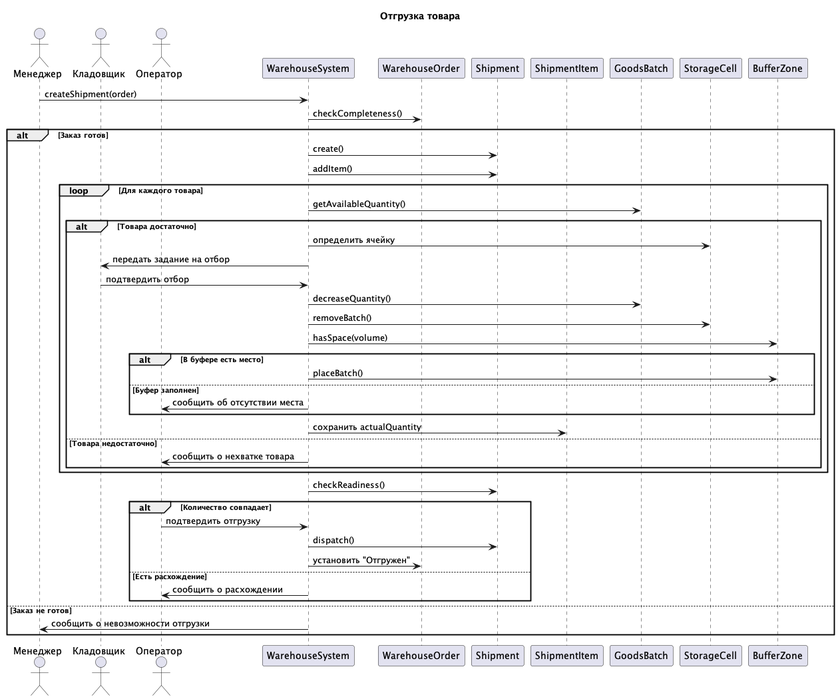
Above: img/Посл5.png in penamarth/bsbo-11-24_team1_var6_storage (PlantUML), before the change.
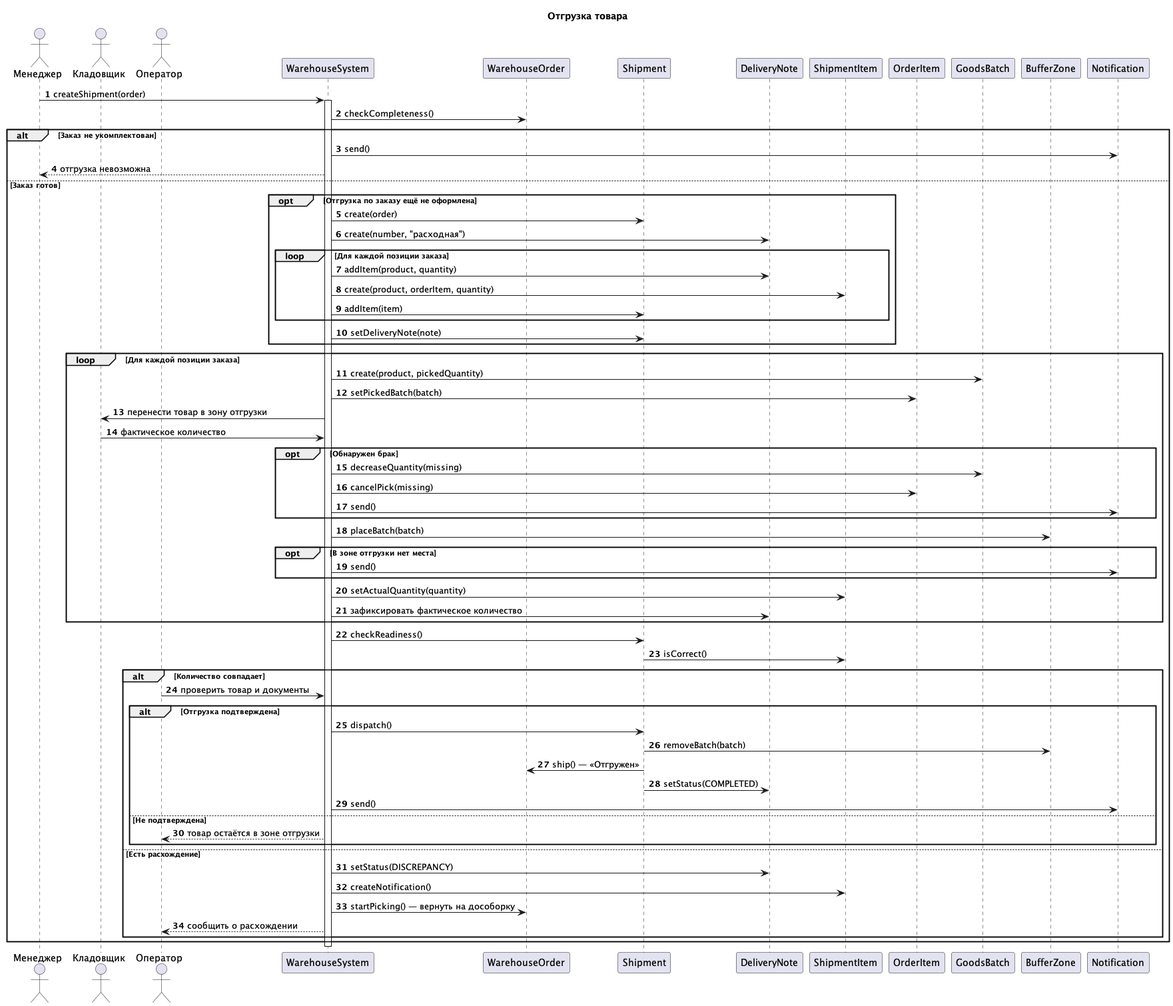
Later version of the same file.

Diff of the diagram source:
```diff
@@ -1,5 +1,7 @@
 @startuml
 title Отгрузка товара
+
+autonumber
 
 actor Менеджер
 actor Кладовщик
@@ -8,58 +10,79 @@
 participant WarehouseSystem
 participant WarehouseOrder
 participant Shipment
+participant DeliveryNote
 participant ShipmentItem
+participant OrderItem
 participant GoodsBatch
-participant StorageCell
 participant BufferZone
+participant Notification
 
 Менеджер -> WarehouseSystem: createShipment(order)
+activate WarehouseSystem
 
 WarehouseSystem -> WarehouseOrder: checkCompleteness()
 
-alt Заказ готов
-    WarehouseSystem -> Shipment: create()
-    WarehouseSystem -> Shipment: addItem()
+alt Заказ не укомплектован
+    WarehouseSystem -> Notification: send()
+    WarehouseSystem --> Менеджер: отгрузка невозможна
 
-    loop Для каждого товара
-        WarehouseSystem -> GoodsBatch: getAvailableQuantity()
+else Заказ готов
+    opt Отгрузка по заказу ещё не оформлена
+        WarehouseSystem -> Shipment: create(order)
+        WarehouseSystem -> DeliveryNote: create(number, "расходная")
+        loop Для каждой позиции заказа
+            WarehouseSystem -> DeliveryNote: addItem(product, quantity)
+            WarehouseSystem -> ShipmentItem: create(product, orderItem, quantity)
+            WarehouseSystem -> Shipment: addItem(item)
+        end
+        WarehouseSystem -> Shipment: setDeliveryNote(note)
+    end
 
-        alt Товара достаточно
-            WarehouseSystem -> StorageCell: определить ячейку
-            WarehouseSystem -> Кладовщик: передать задание на отбор
+    loop Для каждой позиции заказа
+        WarehouseSystem -> GoodsBatch: create(product, pickedQuantity)
+        WarehouseSystem -> OrderItem: setPickedBatch(batch)
+        WarehouseSystem -> Кладовщик: перенести товар в зону отгрузки
+        Кладовщик -> WarehouseSystem: фактическое количество
 
-            Кладовщик -> WarehouseSystem: подтвердить отбор
+        opt Обнаружен брак
+            WarehouseSystem -> GoodsBatch: decreaseQuantity(missing)
+            WarehouseSystem -> OrderItem: cancelPick(missing)
+            WarehouseSystem -> Notification: send()
+        end
 
-            WarehouseSystem -> GoodsBatch: decreaseQuantity()
-            WarehouseSystem -> StorageCell: removeBatch()
+        WarehouseSystem -> BufferZone: placeBatch(batch)
+        opt В зоне отгрузки нет места
+            WarehouseSystem -> Notification: send()
+        end
 
-            WarehouseSystem -> BufferZone: hasSpace(volume)
-
-            alt В буфере есть место
-                WarehouseSystem -> BufferZone: placeBatch()
-            else Буфер заполнен
-                WarehouseSystem -> Оператор: сообщить об отсутствии места
-            end
-
-            WarehouseSystem -> ShipmentItem: сохранить actualQuantity
-
-        else Товара недостаточно
-            WarehouseSystem -> Оператор: сообщить о нехватке товара
-        end
+        WarehouseSystem -> ShipmentItem: setActualQuantity(quantity)
+        WarehouseSystem -> DeliveryNote: зафиксировать фактическое количество
     end
 
     WarehouseSystem -> Shipment: checkReadiness()
+    Shipment -> ShipmentItem: isCorrect()
 
     alt Количество совпадает
-        Оператор -> WarehouseSystem: подтвердить отгрузку
-        WarehouseSystem -> Shipment: dispatch()
-        WarehouseSystem -> WarehouseOrder: установить "Отгружен"
+        Оператор -> WarehouseSystem: проверить товар и документы
+
+        alt Отгрузка подтверждена
+            WarehouseSystem -> Shipment: dispatch()
+            Shipment -> BufferZone: removeBatch(batch)
+            Shipment -> WarehouseOrder: ship() — «Отгружен»
+            Shipment -> DeliveryNote: setStatus(COMPLETED)
+            WarehouseSystem -> Notification: send()
+        else Не подтверждена
+            WarehouseSystem --> Оператор: товар остаётся в зоне отгрузки
+        end
+
     else Есть расхождение
-        WarehouseSystem -> Оператор: сообщить о расхождении
+        WarehouseSystem -> DeliveryNote: setStatus(DISCREPANCY)
+        WarehouseSystem -> ShipmentItem: createNotification()
+        WarehouseSystem -> WarehouseOrder: startPicking() — вернуть на дособорку
+        WarehouseSystem --> Оператор: сообщить о расхождении
     end
-
-else Заказ не готов
-    WarehouseSystem -> Менеджер: сообщить о невозможности отгрузки
 end
 
+deactivate WarehouseSystem
+
 @enduml
```
